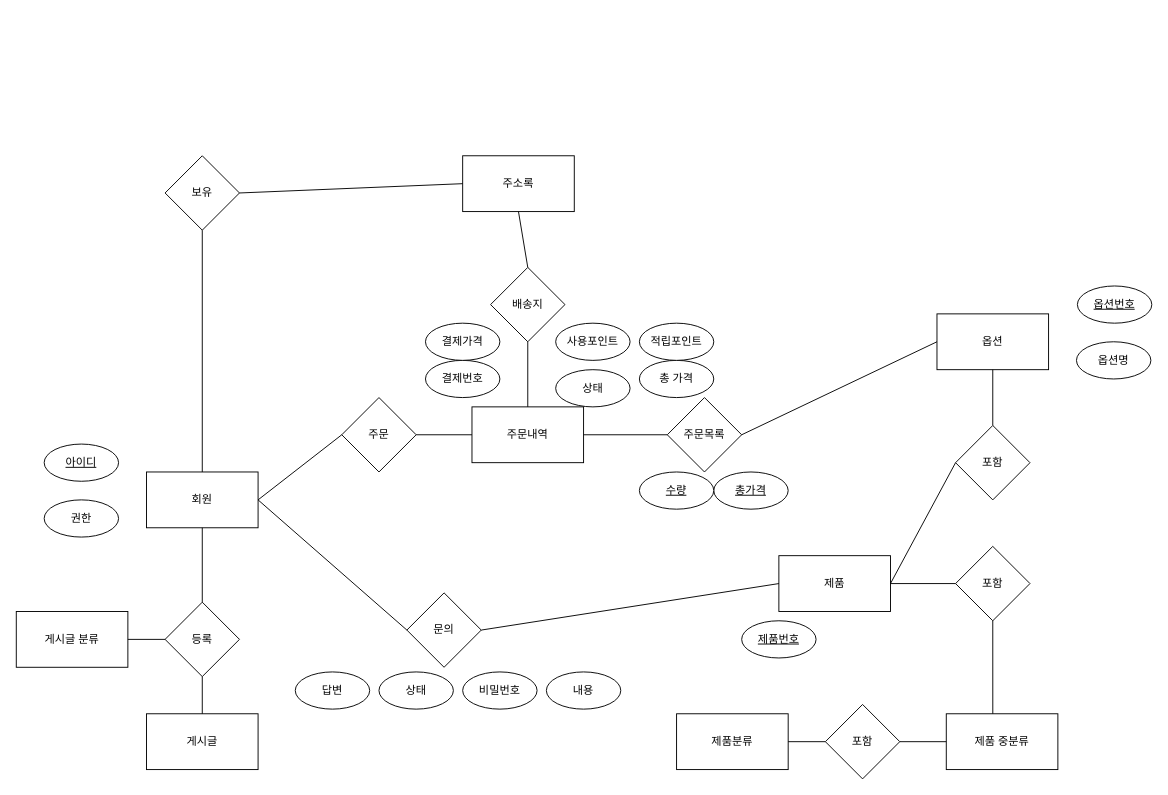
Earlier version of the draw.io diagram 제목 없는 다이어그램.drawio (yeomsteve/02102022spring). Source tidied: cells renumbered, new cells numbered last; positions are measured from the earlier drawing's top-left corner, leaving out a move shared by most shapes. Both pictures are drawn from the tidied source at 93%, with x=0, y=0 at pixel (16, 155).
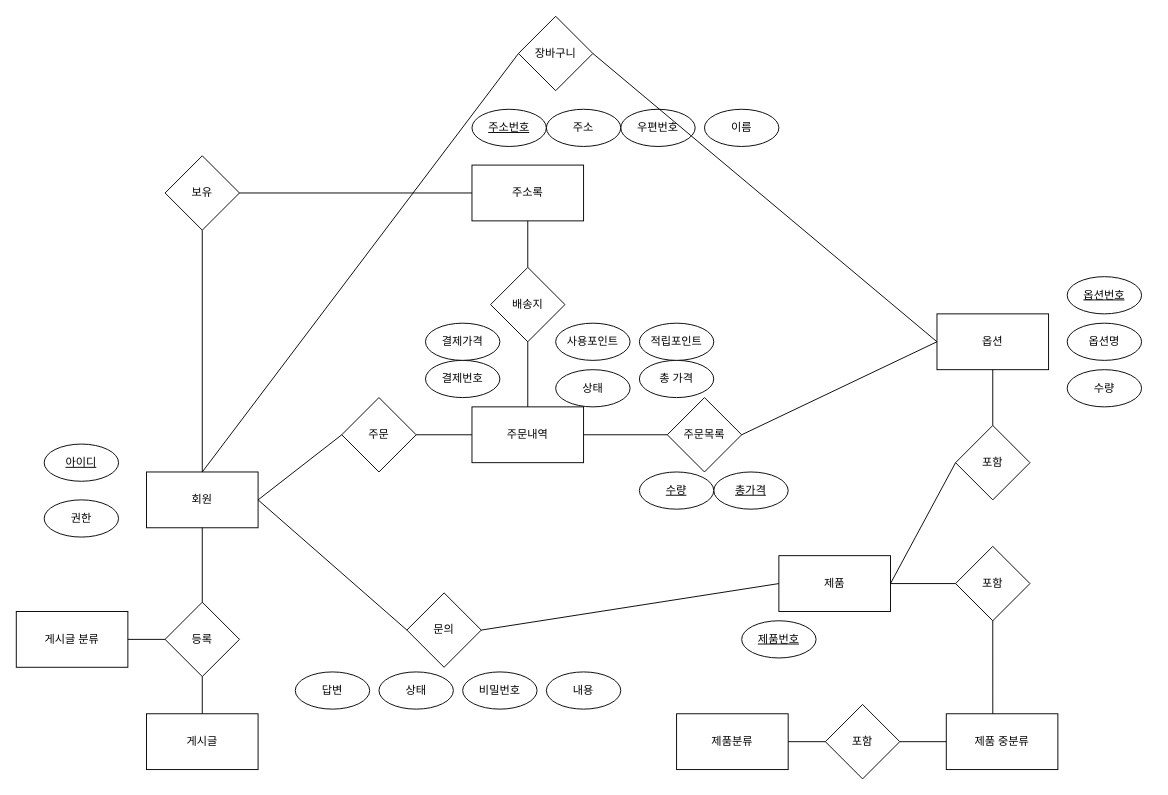
Above is the later version.

Commit message:
제목 없는 다이어그램.drawio 업데이트

Unchanged cells that the change refers to:
```xml
<mxCell id="2" value="회원" style="rounded=0;whiteSpace=wrap;html=1;" parent="1" vertex="1">
  <mxGeometry x="140" y="340" width="120" height="60" as="geometry" />
</mxCell>
<mxCell id="41" value="옵션" style="rounded=0;whiteSpace=wrap;html=1;" parent="1" vertex="1">
  <mxGeometry x="990" y="170" width="120" height="60" as="geometry" />
</mxCell>
```

Change to the diagram source:
```diff
@@
+    <mxCell id="56" value="우편번호" style="ellipse;whiteSpace=wrap;html=1;" parent="1" vertex="1">
+      <mxGeometry x="650" y="-50" width="80" height="40" as="geometry" />
+    </mxCell>
@@
     <mxCell id="49" value="주소록" style="rounded=0;whiteSpace=wrap;html=1;" parent="1" vertex="1">
-      <mxGeometry x="480" width="120" height="60" as="geometry" />
+      <mxGeometry x="490" y="10" width="120" height="60" as="geometry" />
     </mxCell>
@@
     <mxCell id="51" value="&lt;u&gt;옵션번호&lt;/u&gt;" style="ellipse;whiteSpace=wrap;html=1;" parent="1" vertex="1">
-      <mxGeometry x="1141" y="140" width="80" height="40" as="geometry" />
+      <mxGeometry x="1130" y="130" width="80" height="40" as="geometry" />
     </mxCell>
     <mxCell id="52" value="옵션명" style="ellipse;whiteSpace=wrap;html=1;" parent="1" vertex="1">
-      <mxGeometry x="1140" y="200" width="80" height="40" as="geometry" />
+      <mxGeometry x="1130" y="180" width="80" height="40" as="geometry" />
     </mxCell>
@@
+    <mxCell id="57" value="수량" style="ellipse;whiteSpace=wrap;html=1;" parent="1" vertex="1">
+      <mxGeometry x="1130" y="230" width="80" height="40" as="geometry" />
+    </mxCell>
+    <mxCell id="58" value="장바구니" style="rhombus;whiteSpace=wrap;html=1;" parent="1" vertex="1">
+      <mxGeometry x="540" y="-150" width="80" height="80" as="geometry" />
+    </mxCell>
+    <mxCell id="59" style="endArrow=none;html=1;rounded=0;entryX=0;entryY=0.5;entryDx=0;entryDy=0;exitX=0.5;exitY=0;exitDx=0;exitDy=0;" parent="1" edge="1" source="2" target="58">
+      <mxGeometry relative="1" as="geometry" />
+    </mxCell>
+    <mxCell id="60" value="&lt;u&gt;주소번호&lt;/u&gt;" style="ellipse;whiteSpace=wrap;html=1;" parent="1" vertex="1">
+      <mxGeometry x="490" y="-50" width="80" height="40" as="geometry" />
+    </mxCell>
+    <mxCell id="61" value="주소" style="ellipse;whiteSpace=wrap;html=1;" parent="1" vertex="1">
+      <mxGeometry x="570" y="-50" width="80" height="40" as="geometry" />
+    </mxCell>
+    <mxCell id="62" value="이름" style="ellipse;whiteSpace=wrap;html=1;" parent="1" vertex="1">
+      <mxGeometry x="740" y="-50" width="80" height="40" as="geometry" />
+    </mxCell>
+    <mxCell id="63" style="endArrow=none;html=1;rounded=0;entryX=1;entryY=0.5;entryDx=0;entryDy=0;exitX=0;exitY=0.5;exitDx=0;exitDy=0;" parent="1" edge="1" source="41" target="58">
+      <mxGeometry relative="1" as="geometry" />
+    </mxCell>
```
